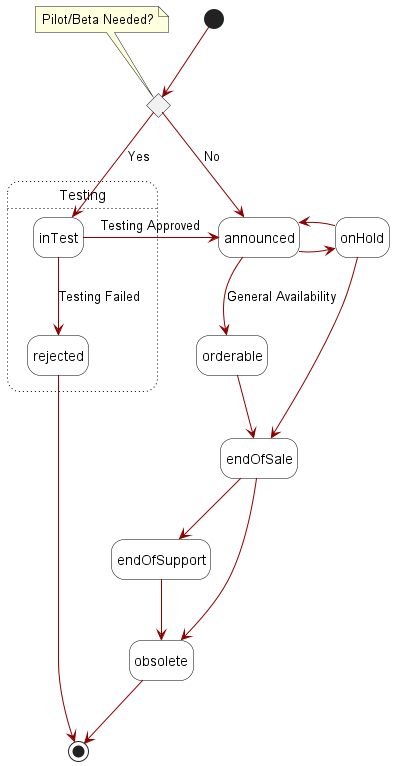
The PlantUML diagram documentation/productApi/catalog/media/offering_stateMachine.png in MEF-GIT/MEF-LSO-Sonata-SDK, before a commit.
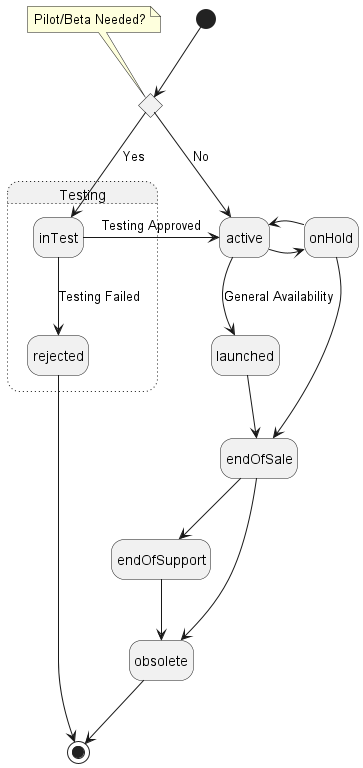
After the change.

Change to the diagram source:
```diff
@@ -1,28 +1,23 @@
 @startuml
-skinparam state {
-    BackgroundColor White
-    BorderColor Black
-    ArrowColor DarkRed
-    shadowing true
-}
+
 hide empty description
 
 state c <<choice>>
  note top of c :  Pilot/Beta Needed?
 
 [*] -d-> c
-c -d-> announced: No
+c -d-> active: No
 state Testing #line.dotted{
 c -r-> inTest: Yes
 inTest -d-> rejected: Testing Failed
 }
-inTest -r-> announced: Testing Approved
+inTest -r-> active: Testing Approved
 rejected -d-> [*]
-announced -d-> orderable: General Availability
-announced -r-> onHold
-onHold -l-> announced
+active -d-> launched: General Availability
+active -r-> onHold
+onHold -l-> active
 onHold -d-> endOfSale
-orderable -d-> endOfSale
+launched -d-> endOfSale
 endOfSale -d-> endOfSupport
 endOfSale -d-> obsolete
 endOfSupport -d-> obsolete
```
